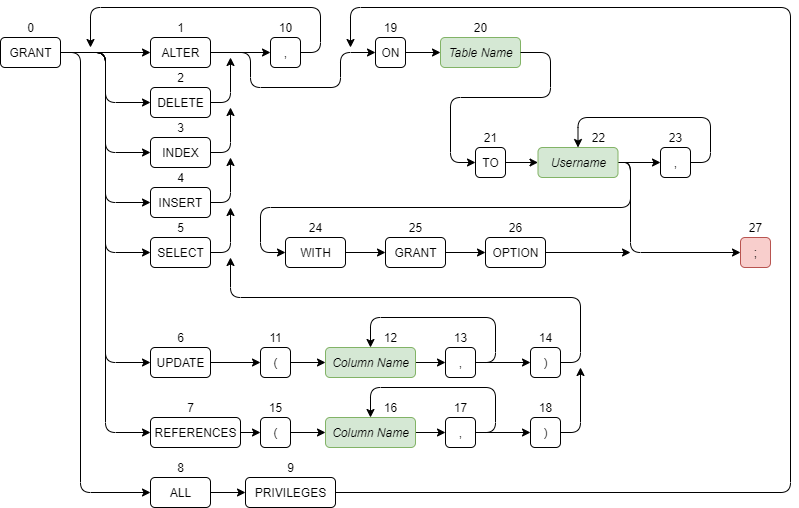
Earlier version of the draw.io export out/production/Masters Project/files/images/helpscreen/GrantDiagram.png (DeliciousWaffle/MastersProject). Source tidied: cells renumbered, new cells last; positions are measured from the earlier drawing's top-left corner, leaving out a move shared by most shapes.
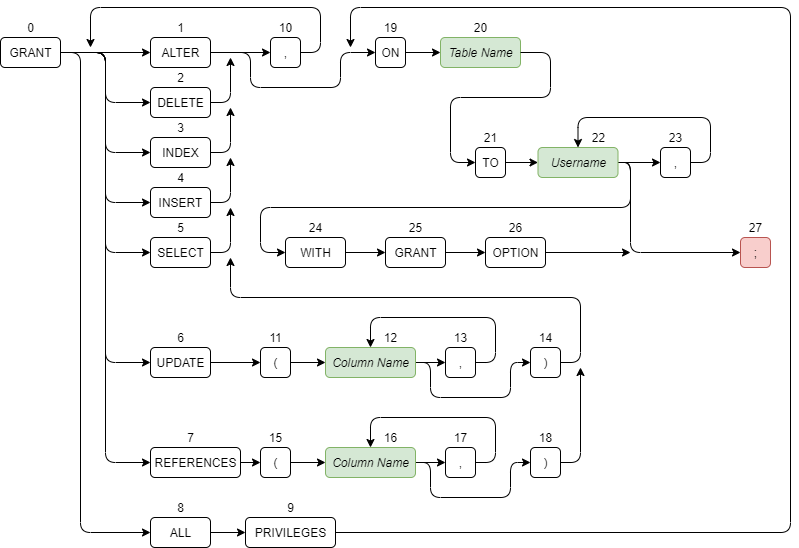
The same file after the commit.

What changed in the source:
```diff
@@ -26,7 +26,7 @@
       <mxGeometry relative="1" as="geometry">
         <Array as="points">
           <mxPoint x="80" y="45" />
-          <mxPoint x="80" y="485" />
+          <mxPoint x="80" y="525" />
         </Array>
       </mxGeometry>
     </mxCell>
@@ -151,44 +151,44 @@
       <mxGeometry relative="1" as="geometry" />
     </mxCell>
     <mxCell id="40" value="REFERENCES" style="html=1;rounded=1;" parent="1" vertex="1">
-      <mxGeometry x="150" y="410" width="90" height="30" as="geometry" />
+      <mxGeometry x="150" y="440" width="90" height="30" as="geometry" />
     </mxCell>
     <mxCell id="41" value="7" style="text;html=1;align=center;verticalAlign=middle;rounded=1;" parent="1" vertex="1">
-      <mxGeometry x="180" y="390" width="20" height="20" as="geometry" />
+      <mxGeometry x="180" y="420" width="20" height="20" as="geometry" />
     </mxCell>
     <mxCell id="42" style="edgeStyle=orthogonalEdgeStyle;jettySize=auto;html=1;exitX=1;exitY=0.5;exitDx=0;exitDy=0;entryX=0;entryY=0.5;entryDx=0;entryDy=0;" parent="1" edge="1" source="43" target="46">
       <mxGeometry relative="1" as="geometry" />
     </mxCell>
     <mxCell id="43" value="ALL" style="html=1;rounded=1;" parent="1" vertex="1">
-      <mxGeometry x="150" y="470" width="60" height="30" as="geometry" />
+      <mxGeometry x="150" y="510" width="60" height="30" as="geometry" />
     </mxCell>
     <mxCell id="44" value="8" style="text;html=1;align=center;verticalAlign=middle;rounded=1;" parent="1" vertex="1">
-      <mxGeometry x="170" y="450" width="20" height="20" as="geometry" />
+      <mxGeometry x="170" y="490" width="20" height="20" as="geometry" />
     </mxCell>
     <mxCell id="45" style="edgeStyle=orthogonalEdgeStyle;jettySize=auto;html=1;exitX=1;exitY=0.5;exitDx=0;exitDy=0;" parent="1" edge="1" source="46">
       <mxGeometry relative="1" as="geometry">
         <mxPoint x="350" y="40" as="targetPoint" />
         <Array as="points">
-          <mxPoint x="790" y="485" />
+          <mxPoint x="790" y="525" />
           <mxPoint x="790" />
           <mxPoint x="350" />
         </Array>
       </mxGeometry>
     </mxCell>
     <mxCell id="46" value="PRIVILEGES" style="html=1;rounded=1;" parent="1" vertex="1">
-      <mxGeometry x="245" y="470" width="90" height="30" as="geometry" />
+      <mxGeometry x="245" y="510" width="90" height="30" as="geometry" />
     </mxCell>
     <mxCell id="47" value="9" style="text;html=1;align=center;verticalAlign=middle;rounded=1;" parent="1" vertex="1">
-      <mxGeometry x="280" y="450" width="20" height="20" as="geometry" />
+      <mxGeometry x="280" y="490" width="20" height="20" as="geometry" />
     </mxCell>
     <mxCell id="48" style="edgeStyle=orthogonalEdgeStyle;jettySize=auto;html=1;exitX=1;exitY=0.5;exitDx=0;exitDy=0;entryX=0;entryY=0.5;entryDx=0;entryDy=0;" parent="1" edge="1" source="49" target="69">
       <mxGeometry relative="1" as="geometry" />
     </mxCell>
     <mxCell id="49" value="(" style="html=1;rounded=1;" parent="1" vertex="1">
-      <mxGeometry x="260" y="410" width="30" height="30" as="geometry" />
+      <mxGeometry x="260" y="440" width="30" height="30" as="geometry" />
     </mxCell>
     <mxCell id="50" value="15" style="text;html=1;align=center;verticalAlign=middle;rounded=1;" parent="1" vertex="1">
-      <mxGeometry x="260" y="390" width="30" height="20" as="geometry" />
+      <mxGeometry x="260" y="420" width="30" height="20" as="geometry" />
     </mxCell>
     <mxCell id="51" style="edgeStyle=orthogonalEdgeStyle;jettySize=auto;html=1;exitX=1;exitY=0.5;exitDx=0;exitDy=0;entryX=0;entryY=0.5;entryDx=0;entryDy=0;" parent="1" edge="1" source="52" target="66">
       <mxGeometry relative="1" as="geometry" />
@@ -202,20 +202,17 @@
     <mxCell id="54" style="edgeStyle=orthogonalEdgeStyle;jettySize=auto;html=1;exitX=1;exitY=0.5;exitDx=0;exitDy=0;entryX=0.5;entryY=0;entryDx=0;entryDy=0;" parent="1" edge="1" source="56" target="69">
       <mxGeometry relative="1" as="geometry">
         <Array as="points">
-          <mxPoint x="495" y="425" />
-          <mxPoint x="495" y="380" />
-          <mxPoint x="370" y="380" />
+          <mxPoint x="495" y="455" />
+          <mxPoint x="495" y="410" />
+          <mxPoint x="370" y="410" />
         </Array>
       </mxGeometry>
     </mxCell>
-    <mxCell id="55" style="edgeStyle=orthogonalEdgeStyle;jettySize=auto;html=1;exitX=1;exitY=0.5;exitDx=0;exitDy=0;" parent="1" edge="1" source="56" target="75">
-      <mxGeometry relative="1" as="geometry" />
-    </mxCell>
     <mxCell id="56" value="," style="html=1;rounded=1;" parent="1" vertex="1">
-      <mxGeometry x="445" y="410" width="30" height="30" as="geometry" />
+      <mxGeometry x="445" y="440" width="30" height="30" as="geometry" />
     </mxCell>
     <mxCell id="57" value="17" style="text;html=1;align=center;verticalAlign=middle;rounded=1;" parent="1" vertex="1">
-      <mxGeometry x="445" y="390" width="30" height="20" as="geometry" />
+      <mxGeometry x="445" y="420" width="30" height="20" as="geometry" />
     </mxCell>
     <mxCell id="58" style="edgeStyle=orthogonalEdgeStyle;jettySize=auto;html=1;exitX=1;exitY=0.5;exitDx=0;exitDy=0;entryX=0.5;entryY=0;entryDx=0;entryDy=0;" parent="1" edge="1" source="60" target="66">
       <mxGeometry relative="1" as="geometry">
@@ -226,9 +223,6 @@
         </Array>
       </mxGeometry>
     </mxCell>
-    <mxCell id="59" style="edgeStyle=orthogonalEdgeStyle;jettySize=auto;html=1;exitX=1;exitY=0.5;exitDx=0;exitDy=0;" parent="1" edge="1" source="60" target="72">
-      <mxGeometry relative="1" as="geometry" />
-    </mxCell>
     <mxCell id="60" value="," style="html=1;rounded=1;" parent="1" vertex="1">
       <mxGeometry x="445" y="340" width="30" height="30" as="geometry" />
     </mxCell>
@@ -249,6 +243,16 @@
     <mxCell id="65" style="edgeStyle=orthogonalEdgeStyle;jettySize=auto;html=1;exitX=1;exitY=0.5;exitDx=0;exitDy=0;entryX=0;entryY=0.5;entryDx=0;entryDy=0;" parent="1" edge="1" source="66" target="60">
       <mxGeometry relative="1" as="geometry" />
     </mxCell>
+    <mxCell id="97" style="edgeStyle=orthogonalEdgeStyle;rounded=1;jettySize=auto;html=1;exitX=1;exitY=0.5;exitDx=0;exitDy=0;entryX=0;entryY=0.5;entryDx=0;entryDy=0;" parent="1" edge="1" source="66" target="72">
+      <mxGeometry relative="1" as="geometry">
+        <Array as="points">
+          <mxPoint x="430" y="355" />
+          <mxPoint x="430" y="390" />
+          <mxPoint x="510" y="390" />
+          <mxPoint x="510" y="355" />
+        </Array>
+      </mxGeometry>
+    </mxCell>
     <mxCell id="66" value="&lt;i&gt;Column Name&lt;/i&gt;" style="html=1;fillColor=#d5e8d4;strokeColor=#82b366;rounded=1;" parent="1" vertex="1">
       <mxGeometry x="325" y="340" width="90" height="30" as="geometry" />
     </mxCell>
@@ -258,11 +262,21 @@
     <mxCell id="68" style="edgeStyle=orthogonalEdgeStyle;jettySize=auto;html=1;exitX=1;exitY=0.5;exitDx=0;exitDy=0;entryX=0;entryY=0.5;entryDx=0;entryDy=0;" parent="1" edge="1" source="69" target="56">
       <mxGeometry relative="1" as="geometry" />
     </mxCell>
+    <mxCell id="98" style="edgeStyle=orthogonalEdgeStyle;rounded=1;jettySize=auto;html=1;exitX=1;exitY=0.5;exitDx=0;exitDy=0;entryX=0;entryY=0.5;entryDx=0;entryDy=0;" parent="1" edge="1" source="69" target="75">
+      <mxGeometry relative="1" as="geometry">
+        <Array as="points">
+          <mxPoint x="430" y="455" />
+          <mxPoint x="430" y="490" />
+          <mxPoint x="510" y="490" />
+          <mxPoint x="510" y="455" />
+        </Array>
+      </mxGeometry>
+    </mxCell>
     <mxCell id="69" value="&lt;i&gt;Column Name&lt;/i&gt;" style="html=1;fillColor=#d5e8d4;strokeColor=#82b366;rounded=1;" parent="1" vertex="1">
-      <mxGeometry x="325" y="410" width="90" height="30" as="geometry" />
+      <mxGeometry x="325" y="440" width="90" height="30" as="geometry" />
     </mxCell>
     <mxCell id="70" value="16" style="text;html=1;align=center;verticalAlign=middle;rounded=1;" parent="1" vertex="1">
-      <mxGeometry x="375" y="390" width="30" height="20" as="geometry" />
+      <mxGeometry x="375" y="420" width="30" height="20" as="geometry" />
     </mxCell>
     <mxCell id="71" style="edgeStyle=orthogonalEdgeStyle;rounded=1;jettySize=auto;html=1;exitX=1;exitY=0.5;exitDx=0;exitDy=0;" parent="1" edge="1" source="72">
       <mxGeometry relative="1" as="geometry">
@@ -286,10 +300,10 @@
       </mxGeometry>
     </mxCell>
     <mxCell id="75" value=")" style="html=1;rounded=1;" parent="1" vertex="1">
-      <mxGeometry x="530" y="410" width="30" height="30" as="geometry" />
+      <mxGeometry x="530" y="440" width="30" height="30" as="geometry" />
     </mxCell>
     <mxCell id="76" value="18" style="text;html=1;align=center;verticalAlign=middle;rounded=1;" parent="1" vertex="1">
-      <mxGeometry x="530" y="390" width="30" height="20" as="geometry" />
+      <mxGeometry x="530" y="420" width="30" height="20" as="geometry" />
     </mxCell>
     <mxCell id="77" style="edgeStyle=orthogonalEdgeStyle;jettySize=auto;html=1;exitX=1;exitY=0.5;exitDx=0;exitDy=0;entryX=0;entryY=0.5;entryDx=0;entryDy=0;" parent="1" edge="1" source="80" target="86">
       <mxGeometry relative="1" as="geometry" />
```
